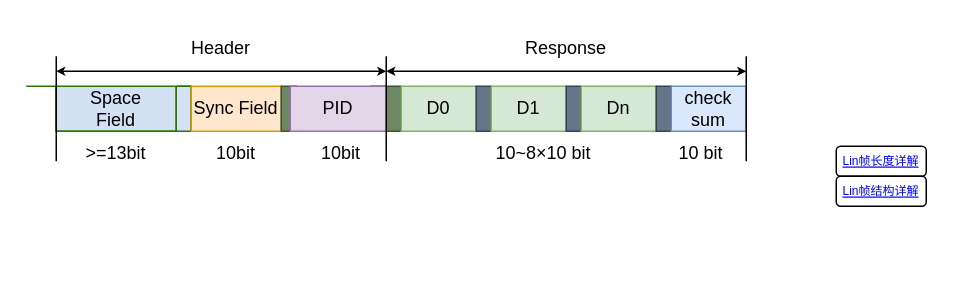
Above: page "第 2 页" (2 of 2) of drawio/flexlin.drawio in iceyxy/flow-chart-drawio (draw.io), before the change. Source tidied: cells renumbered, new cells numbered last; positions are measured from the earlier drawing's top-left corner, leaving out a move shared by most shapes. Both pictures are drawn from the tidied source at 150%, with x=0, y=0 at pixel (26, 26).
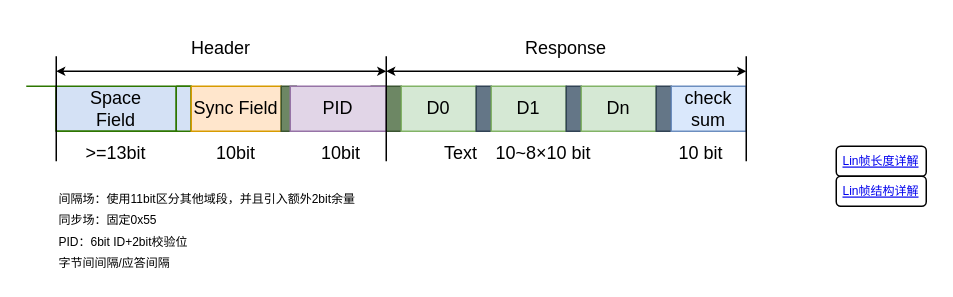
After the change.

Diff of the diagram source:
```diff
@@
+    <mxCell id="36" value="Text" style="text;strokeColor=none;align=center;fillColor=none;html=1;verticalAlign=middle;whiteSpace=wrap;rounded=0;" parent="1" vertex="1">
+      <mxGeometry x="260" y="70" width="60" height="30" as="geometry" />
+    </mxCell>
+    <mxCell id="37" value="&lt;font style=&quot;font-size: 8px;&quot;&gt;间隔场：使用11bit区分其他域段，并且引入额外2bit余量&lt;/font&gt;&lt;div&gt;&lt;font style=&quot;font-size: 8px;&quot;&gt;同步场：固定0x55&lt;/font&gt;&lt;/div&gt;&lt;div&gt;&lt;font style=&quot;font-size: 8px;&quot;&gt;PID：6bit ID+2bit校验位&lt;/font&gt;&lt;/div&gt;&lt;div&gt;&lt;span style=&quot;font-size: 8px;&quot;&gt;字节间间隔/应答间隔&lt;/span&gt;&lt;/div&gt;" style="text;strokeColor=none;align=left;fillColor=none;html=1;verticalAlign=middle;whiteSpace=wrap;rounded=0;" parent="1" vertex="1">
+      <mxGeometry x="20" y="120" width="260" height="30" as="geometry" />
+    </mxCell>
```
